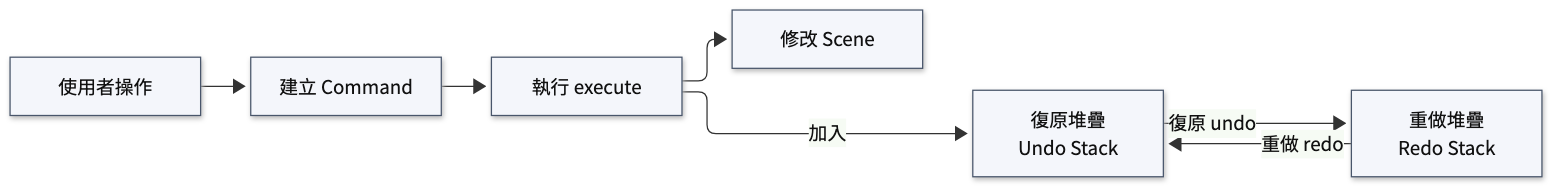
Above: docs/figures/ch03_command-history.png in YuanOwO/CG-hw1-paint (Mermaid), before the change. Its source is kept beside it as docs/figures-src/ch03_command-history.mmd. Source of this version:
```mermaid
flowchart LR
    action[使用者操作] --> command[建立 Command]
    command --> execute[執行 execute]
    execute --> scene[修改 Scene]
    execute -->|加入| undo[復原堆疊<br/>Undo Stack]
    undo -->|復原 undo| redo[重做堆疊<br/>Redo Stack]
    redo -->|重做 redo| undo

    classDef step fill:#f4f6fb,stroke:#49566b,color:#111,stroke-width:1px;
    class action,command,execute,scene,undo,redo step;
```
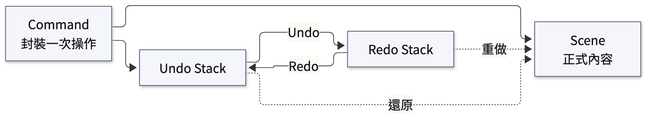
The same diagram one commit later.

Change to the diagram source:
```diff
@@ -1,10 +1,10 @@
 flowchart LR
-    action[使用者操作] --> command[建立 Command]
-    command --> execute[執行 execute]
-    execute --> scene[修改 Scene]
-    execute -->|加入| undo[復原堆疊<br/>Undo Stack]
-    undo -->|復原 undo| redo[重做堆疊<br/>Redo Stack]
-    redo -->|重做 redo| undo
+    command[Command<br/>封裝一次操作] --> scene[Scene<br/>正式內容]
+    command --> undo[Undo Stack]
+    undo -->|Undo| redo[Redo Stack]
+    redo -->|Redo| undo
+    undo -. 還原 .-> scene
+    redo -. 重做 .-> scene
 
     classDef step fill:#f4f6fb,stroke:#49566b,color:#111,stroke-width:1px;
-    class action,command,execute,scene,undo,redo step;
+    class command,scene,undo,redo step;
```
